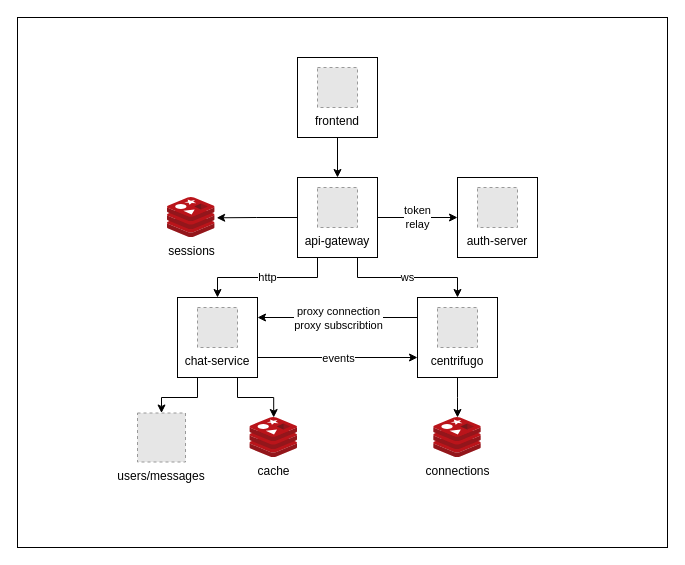
Earlier version of the draw.io diagram docs/images/chat-architecture.drawio (mikhail-karpov/chat). Source tidied: cells renumbered, new cells numbered last; positions are measured from the earlier drawing's top-left corner, leaving out a move shared by most shapes. Both pictures are drawn from the tidied source at 100%, with x=0, y=0 at pixel (17, 17). Pictures stored in the file or linked from it are replaced by grey dashed boxes.
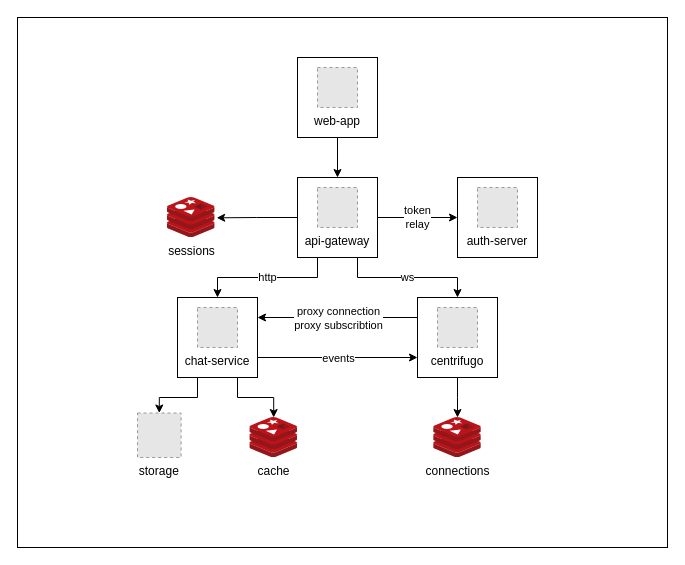
The same page after the edit.

Diff of the diagram source:
```diff
@@
-    <mxCell id="19" value="frontend" style="fillColor=#E6E6E6;strokeColor=#999999;dashed=1;verticalLabelPosition=bottom;verticalAlign=top;" parent="1" vertex="1">
-      <mxGeometry x="300" y="50" width="40" height="40" as="geometry" />
-    </mxCell>
@@
-    <mxCell id="26" value="users/messages" style="fillColor=#E6E6E6;strokeColor=#999999;dashed=1;verticalLabelPosition=bottom;verticalAlign=top;" parent="1" vertex="1">
-      <mxGeometry x="120" y="395.5" width="48" height="49" as="geometry" />
+    <mxCell id="26" value="storage" style="fillColor=#E6E6E6;strokeColor=#999999;dashed=1;verticalLabelPosition=bottom;verticalAlign=top;" parent="1" vertex="1">
+      <mxGeometry x="120" y="395.5" width="43.6" height="44.5" as="geometry" />
     </mxCell>
@@
+    <mxCell id="29" value="web-app" style="fillColor=#E6E6E6;strokeColor=#999999;dashed=1;verticalLabelPosition=bottom;verticalAlign=top;" parent="1" vertex="1">
+      <mxGeometry x="300" y="50" width="40" height="40" as="geometry" />
+    </mxCell>
```
